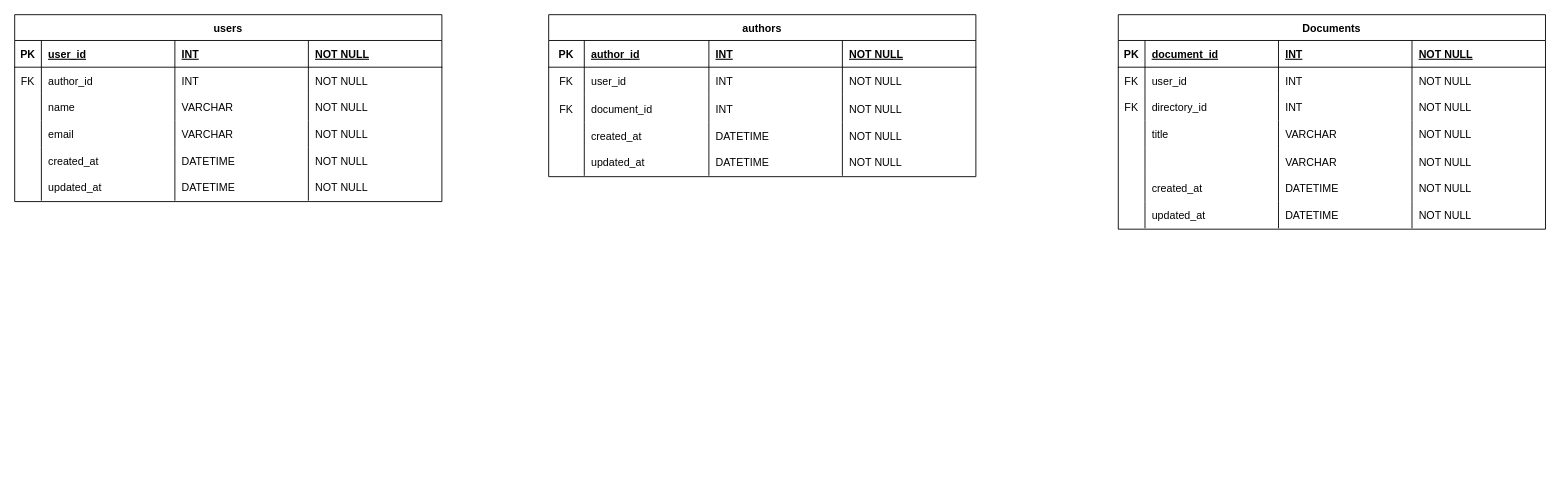
The draw.io diagram データベース設計/データモデリング/データモデリング3/課題1/課題1.drawio in ISAWASHUN/PrAhaChallenge, before the edit. Source tidied: cells renumbered, new cells numbered last; positions are measured from the earlier drawing's top-left corner, leaving out a move shared by most shapes. Both pictures are drawn from the tidied source at 89%, with x=0, y=0 at pixel (14, 14).
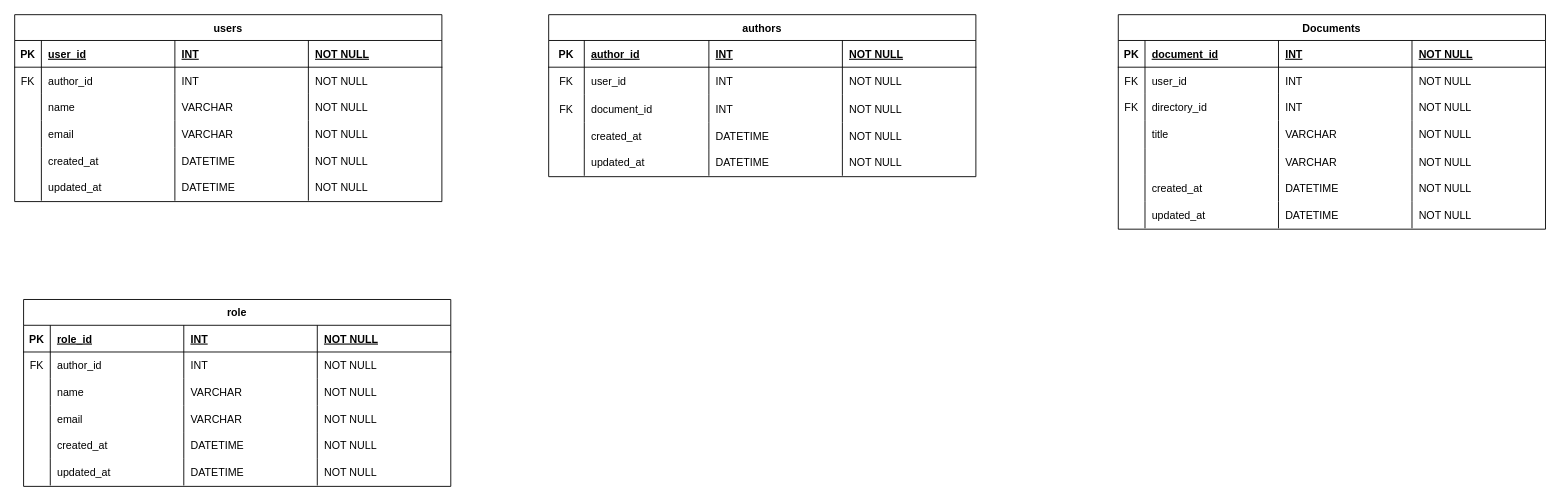
After the change.

Commit message:
✨Database Modeling3 rolesテーブルのERの作成

What changed in the source:
```diff
@@
+    <mxCell id="95" value="role" style="shape=table;startSize=29;childLayout=tableLayout;rowLines=0;fontStyle=1;align=center;strokeColor=#000000;" parent="1" vertex="1">
+      <mxGeometry x="10" y="320" width="480" height="210" as="geometry" />
+    </mxCell>
+    <mxCell id="96" style="shape=tableRow;horizontal=0;startSize=0;swimlaneHead=0;swimlaneBody=0;fillColor=none;top=0;left=0;right=0;bottom=1;" parent="95" vertex="1">
+      <mxGeometry y="29" width="480" height="30" as="geometry" />
+    </mxCell>
+    <mxCell id="97" value="PK" style="shape=partialRectangle;fillColor=none;top=0;left=0;bottom=0;right=0;fontStyle=1;overflow=hidden;fontColor=#000000;" parent="96" vertex="1">
+      <mxGeometry width="30" height="30" as="geometry" />
+    </mxCell>
+    <mxCell id="98" value="role_id" style="shape=partialRectangle;fillColor=none;top=0;left=0;bottom=0;right=0;align=left;spacingLeft=6;fontStyle=5;overflow=hidden;fontColor=#000000;" parent="96" vertex="1">
+      <mxGeometry x="30" width="150" height="30" as="geometry" />
+    </mxCell>
+    <mxCell id="99" value="INT" style="shape=partialRectangle;fillColor=none;top=0;left=0;bottom=0;right=0;align=left;spacingLeft=6;fontStyle=5;overflow=hidden;fontColor=#000000;" parent="96" vertex="1">
+      <mxGeometry x="180" width="150" height="30" as="geometry" />
+    </mxCell>
+    <mxCell id="100" value="NOT NULL" style="shape=partialRectangle;fillColor=none;top=0;left=0;bottom=0;right=0;align=left;spacingLeft=6;fontStyle=5;overflow=hidden;fontColor=#000000;" parent="96" vertex="1">
+      <mxGeometry x="330" width="150" height="30" as="geometry" />
+    </mxCell>
+    <mxCell id="101" style="shape=tableRow;horizontal=0;startSize=0;swimlaneHead=0;swimlaneBody=0;fillColor=none;top=0;left=0;right=0;bottom=0;" parent="95" vertex="1">
+      <mxGeometry y="59" width="480" height="30" as="geometry" />
+    </mxCell>
+    <mxCell id="102" value="FK" style="shape=partialRectangle;fillColor=none;top=0;left=0;bottom=0;right=0;overflow=hidden;fontColor=#000000;" parent="101" vertex="1">
+      <mxGeometry width="30" height="30" as="geometry" />
+    </mxCell>
+    <mxCell id="103" value="author_id" style="shape=partialRectangle;fillColor=none;top=0;left=0;bottom=0;right=0;align=left;spacingLeft=6;overflow=hidden;fontColor=#000000;" parent="101" vertex="1">
+      <mxGeometry x="30" width="150" height="30" as="geometry" />
+    </mxCell>
+    <mxCell id="104" value="INT" style="shape=partialRectangle;fillColor=none;top=0;left=0;bottom=0;right=0;align=left;spacingLeft=6;overflow=hidden;fontColor=#000000;" parent="101" vertex="1">
+      <mxGeometry x="180" width="150" height="30" as="geometry" />
+    </mxCell>
+    <mxCell id="105" value="NOT NULL" style="shape=partialRectangle;fillColor=none;top=0;left=0;bottom=0;right=0;align=left;spacingLeft=6;overflow=hidden;fontColor=#000000;" parent="101" vertex="1">
+      <mxGeometry x="330" width="150" height="30" as="geometry" />
+    </mxCell>
+    <mxCell id="106" style="shape=tableRow;horizontal=0;startSize=0;swimlaneHead=0;swimlaneBody=0;fillColor=none;top=0;left=0;right=0;bottom=0;" parent="95" vertex="1">
+      <mxGeometry y="89" width="480" height="30" as="geometry" />
+    </mxCell>
+    <mxCell id="107" style="shape=partialRectangle;fillColor=none;top=0;left=0;bottom=0;right=0;overflow=hidden;" parent="106" vertex="1">
+      <mxGeometry width="30" height="30" as="geometry" />
+    </mxCell>
+    <mxCell id="108" value="name" style="shape=partialRectangle;fillColor=none;top=0;left=0;bottom=0;right=0;align=left;spacingLeft=6;overflow=hidden;fontColor=#000000;" parent="106" vertex="1">
+      <mxGeometry x="30" width="150" height="30" as="geometry" />
+    </mxCell>
+    <mxCell id="109" value="VARCHAR" style="shape=partialRectangle;fillColor=none;top=0;left=0;bottom=0;right=0;align=left;spacingLeft=6;overflow=hidden;fontColor=#000000;" parent="106" vertex="1">
+      <mxGeometry x="180" width="150" height="30" as="geometry" />
+    </mxCell>
+    <mxCell id="110" value="NOT NULL" style="shape=partialRectangle;fillColor=none;top=0;left=0;bottom=0;right=0;align=left;spacingLeft=6;overflow=hidden;fontColor=#000000;" parent="106" vertex="1">
+      <mxGeometry x="330" width="150" height="30" as="geometry" />
+    </mxCell>
+    <mxCell id="111" style="shape=tableRow;horizontal=0;startSize=0;swimlaneHead=0;swimlaneBody=0;fillColor=none;top=0;left=0;right=0;bottom=0;" parent="95" vertex="1">
+      <mxGeometry y="119" width="480" height="30" as="geometry" />
+    </mxCell>
+    <mxCell id="112" style="shape=partialRectangle;fillColor=none;top=0;left=0;bottom=0;right=0;overflow=hidden;" parent="111" vertex="1">
+      <mxGeometry width="30" height="30" as="geometry" />
+    </mxCell>
+    <mxCell id="113" value="email" style="shape=partialRectangle;fillColor=none;top=0;left=0;bottom=0;right=0;align=left;spacingLeft=6;overflow=hidden;fontColor=#000000;" parent="111" vertex="1">
+      <mxGeometry x="30" width="150" height="30" as="geometry" />
+    </mxCell>
+    <mxCell id="114" value="VARCHAR" style="shape=partialRectangle;fillColor=none;top=0;left=0;bottom=0;right=0;align=left;spacingLeft=6;overflow=hidden;fontColor=#000000;" parent="111" vertex="1">
+      <mxGeometry x="180" width="150" height="30" as="geometry" />
+    </mxCell>
+    <mxCell id="115" value="NOT NULL" style="shape=partialRectangle;fillColor=none;top=0;left=0;bottom=0;right=0;align=left;spacingLeft=6;overflow=hidden;fontColor=#000000;" parent="111" vertex="1">
+      <mxGeometry x="330" width="150" height="30" as="geometry" />
+    </mxCell>
+    <mxCell id="116" style="shape=tableRow;horizontal=0;startSize=0;swimlaneHead=0;swimlaneBody=0;fillColor=none;top=0;left=0;right=0;bottom=0;" parent="95" vertex="1">
+      <mxGeometry y="149" width="480" height="30" as="geometry" />
+    </mxCell>
+    <mxCell id="117" style="shape=partialRectangle;fillColor=none;top=0;left=0;bottom=0;right=0;overflow=hidden;" parent="116" vertex="1">
+      <mxGeometry width="30" height="30" as="geometry" />
+    </mxCell>
+    <mxCell id="118" value="created_at" style="shape=partialRectangle;fillColor=none;top=0;left=0;bottom=0;right=0;align=left;spacingLeft=6;overflow=hidden;fontColor=#000000;" parent="116" vertex="1">
+      <mxGeometry x="30" width="150" height="30" as="geometry" />
+    </mxCell>
+    <mxCell id="119" value="DATETIME" style="shape=partialRectangle;fillColor=none;top=0;left=0;bottom=0;right=0;align=left;spacingLeft=6;overflow=hidden;fontColor=#000000;" parent="116" vertex="1">
+      <mxGeometry x="180" width="150" height="30" as="geometry" />
+    </mxCell>
+    <mxCell id="120" value="NOT NULL" style="shape=partialRectangle;fillColor=none;top=0;left=0;bottom=0;right=0;align=left;spacingLeft=6;overflow=hidden;fontColor=#000000;" parent="116" vertex="1">
+      <mxGeometry x="330" width="150" height="30" as="geometry" />
+    </mxCell>
+    <mxCell id="121" style="shape=tableRow;horizontal=0;startSize=0;swimlaneHead=0;swimlaneBody=0;fillColor=none;top=0;left=0;right=0;bottom=0;" parent="95" vertex="1">
+      <mxGeometry y="179" width="480" height="30" as="geometry" />
+    </mxCell>
+    <mxCell id="122" style="shape=partialRectangle;fillColor=none;top=0;left=0;bottom=0;right=0;overflow=hidden;" parent="121" vertex="1">
+      <mxGeometry width="30" height="30" as="geometry" />
+    </mxCell>
+    <mxCell id="123" value="updated_at" style="shape=partialRectangle;fillColor=none;top=0;left=0;bottom=0;right=0;align=left;spacingLeft=6;overflow=hidden;fontColor=#000000;" parent="121" vertex="1">
+      <mxGeometry x="30" width="150" height="30" as="geometry" />
+    </mxCell>
+    <mxCell id="124" value="DATETIME" style="shape=partialRectangle;fillColor=none;top=0;left=0;bottom=0;right=0;align=left;spacingLeft=6;overflow=hidden;fontColor=#000000;" parent="121" vertex="1">
+      <mxGeometry x="180" width="150" height="30" as="geometry" />
+    </mxCell>
+    <mxCell id="125" value="NOT NULL" style="shape=partialRectangle;fillColor=none;top=0;left=0;bottom=0;right=0;align=left;spacingLeft=6;overflow=hidden;fontColor=#000000;" parent="121" vertex="1">
+      <mxGeometry x="330" width="150" height="30" as="geometry" />
+    </mxCell>
```
